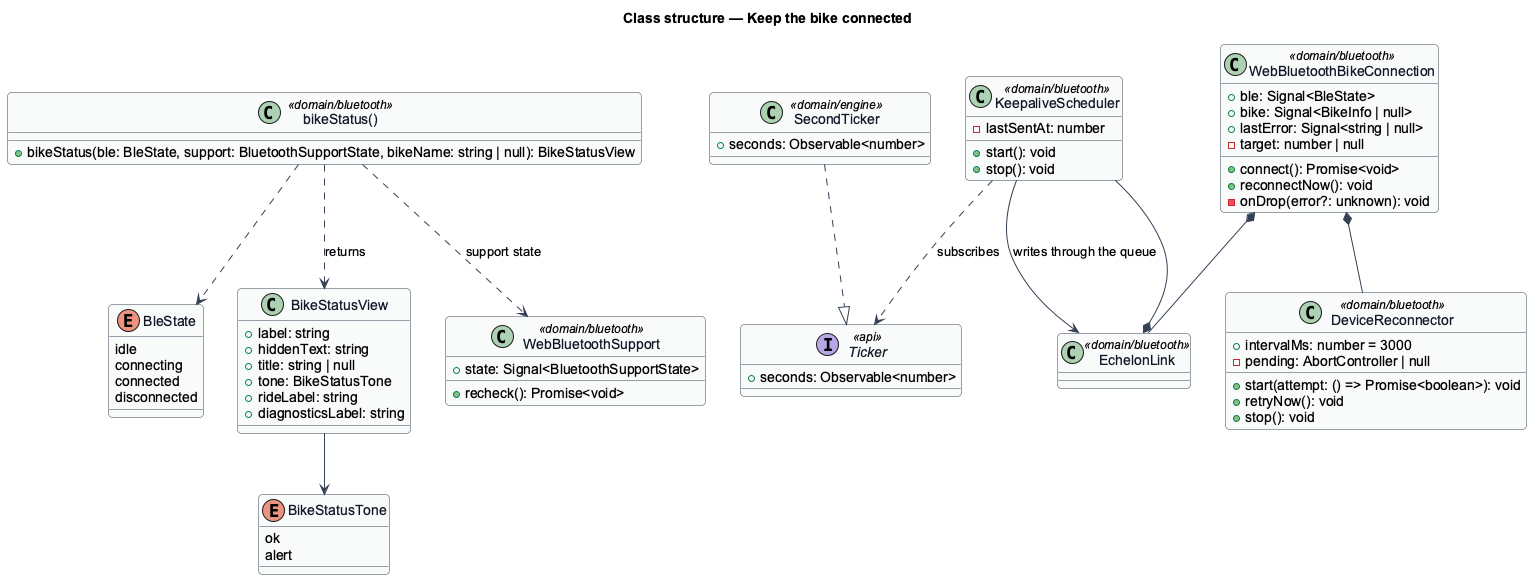
The PlantUML diagram docs/detailed-designs/bike/keep-the-bike-connected/diagrams/class-structure.png in QuinntyneBrown/ride-one, before a commit.
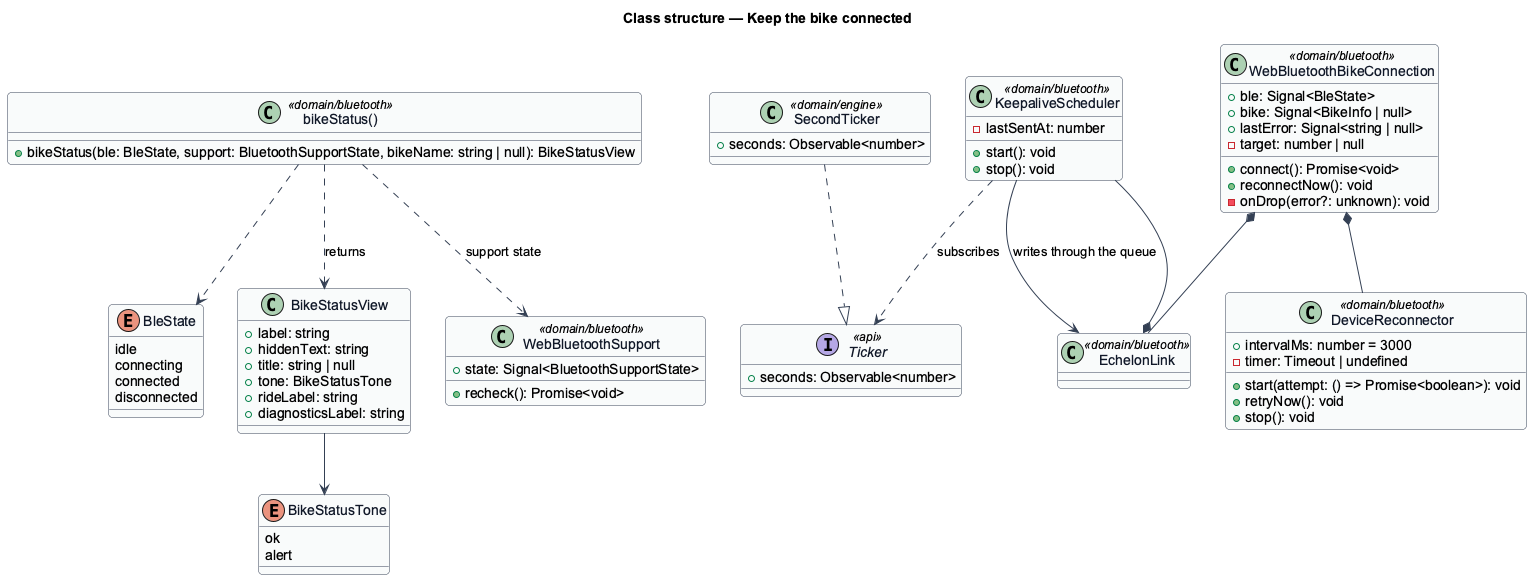
Later version of the same file.

What changed in the source:
```diff
@@ -38,7 +38,7 @@
 }
 class DeviceReconnector <<domain/bluetooth>> {
   +intervalMs: number = 3000
-  -pending: AbortController | null
+  -timer: Timeout | undefined
   +start(attempt: () => Promise<boolean>): void
   +retryNow(): void
   +stop(): void
```
